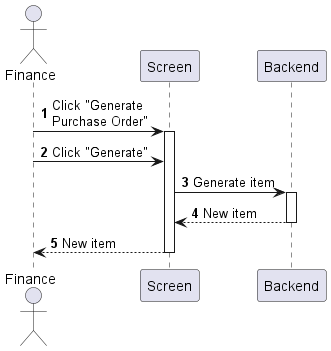
Earlier version of the PlantUML export sequences/purchase-order-create.png (phihungha/scmss-reqs).
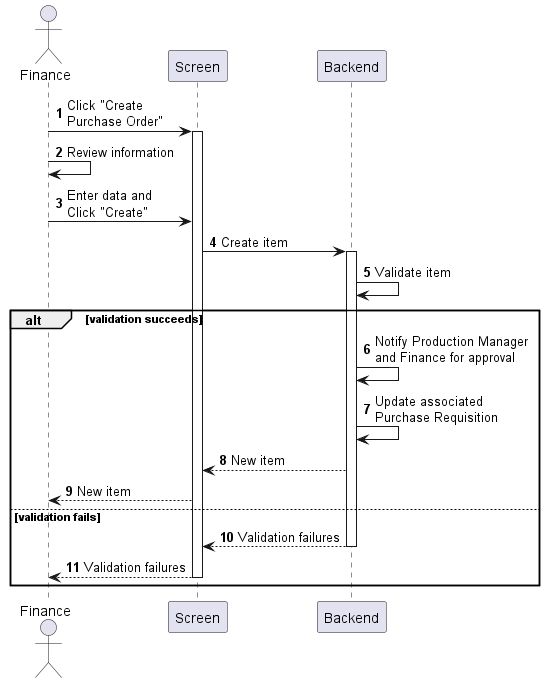
The same diagram one commit later.

Diff of the diagram source:
```diff
@@ -5,11 +5,21 @@
 participant Screen as f
 participant Backend as b
 
-a -> f : Click "Generate\nPurchase Order"
+a -> f : Click "Create\nPurchase Order"
 activate f
-a -> f : Click "Generate"
-f -> b : Generate item
+a -> a : Review information
+a -> f : Enter data and\nClick "Create"
+f -> b : Create item
 activate b
-return New item
-return New item
+b -> b : Validate item
+
+alt validation succeeds
+    b -> b : Notify Production Manager\nand Finance for approval
+    b -> b : Update associated\nPurchase Requisition
+    b --> f : New item
+    f --> a : New item
+else validation fails
+    return Validation failures
+    return Validation failures
+end
 @enduml
```
